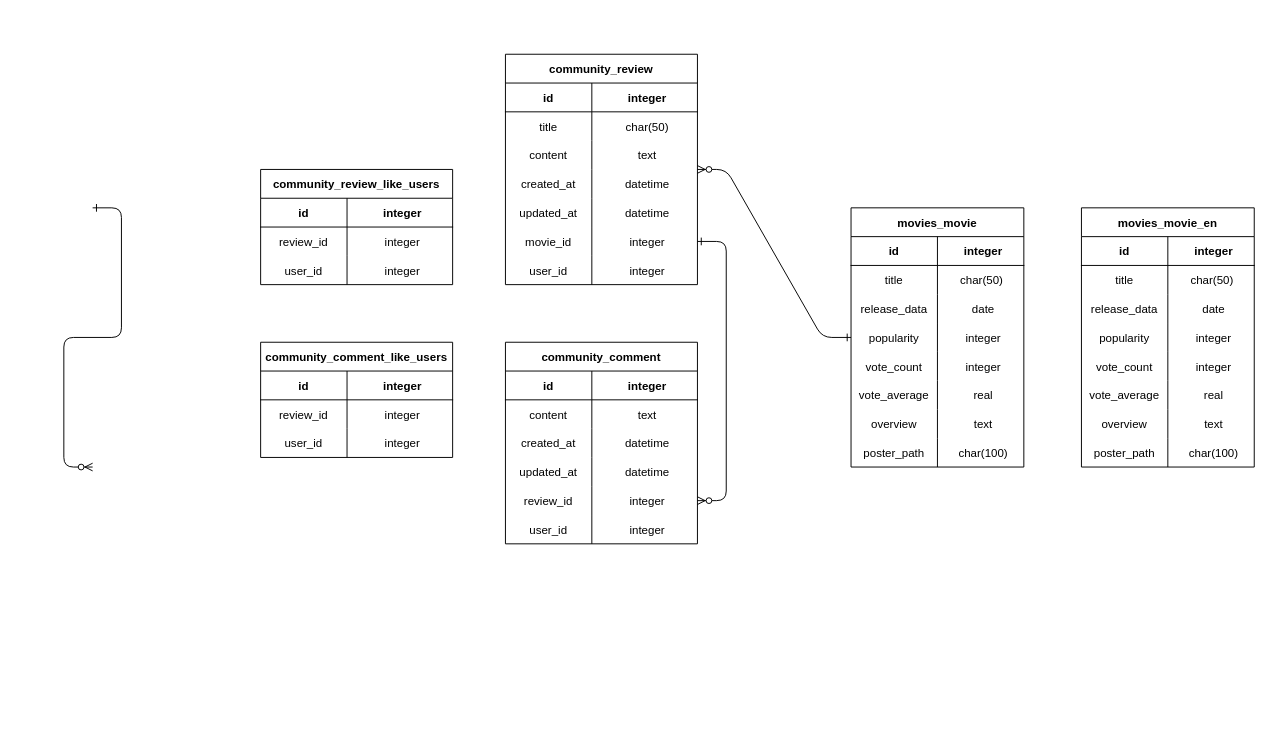
Before: 제목 없는 다이어그램.drawio in gilsanguk/MOJI, a draw.io diagram. Source tidied: cells renumbered, new cells numbered last; positions are measured from the earlier drawing's top-left corner, leaving out a move shared by most shapes. Both pictures are drawn from the tidied source at 96%, with x=0, y=0 at pixel (92, 54).
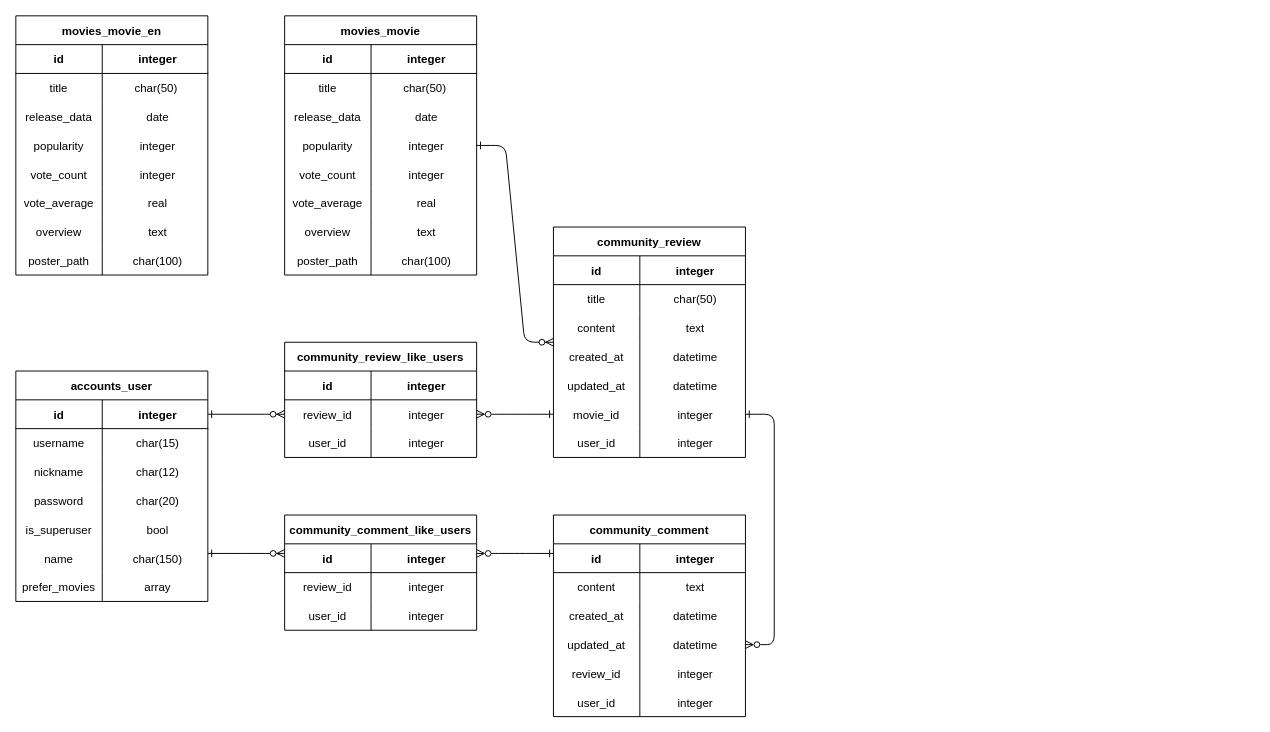
Above is the later version.

Unchanged cells that the change refers to:
```xml
<mxCell id="19" style="shape=partialRectangle;fillColor=none;points=[[0,0.5],[1,0.5]];portConstraint=eastwest;top=0;left=0;right=0;bottom=0;" parent="3" vertex="1">
  <mxGeometry y="180" width="200" height="30" as="geometry" />
</mxCell>
<mxCell id="85" style="shape=partialRectangle;fillColor=none;points=[[0,0.5],[1,0.5]];portConstraint=eastwest;top=0;left=0;right=0;bottom=0;" parent="75" vertex="1">
  <mxGeometry y="120" width="200" height="30" as="geometry" />
</mxCell>
<mxCell id="88" style="shape=partialRectangle;fillColor=none;points=[[0,0.5],[1,0.5]];portConstraint=eastwest;top=0;left=0;right=0;bottom=0;" parent="75" vertex="1">
  <mxGeometry y="150" width="200" height="30" as="geometry" />
</mxCell>
<mxCell id="98" style="shape=partialRectangle;fillColor=none;points=[[0,0.5],[1,0.5]];portConstraint=eastwest;top=0;left=0;right=0;bottom=0;" parent="94" vertex="1">
  <mxGeometry y="60" width="200" height="30" as="geometry" />
</mxCell>
```

Change to the diagram source:
```diff
@@
     <mxCell id="3" value="community_review" style="shape=table;startSize=30;childLayout=tableLayout;rowLines=0;fontStyle=1;align=center;" parent="1" vertex="1">
-      <mxGeometry x="430" width="200" height="240" as="geometry" />
+      <mxGeometry x="480" y="180" width="200" height="240" as="geometry" />
     </mxCell>
@@
     <mxCell id="25" value="movies_movie" style="shape=table;startSize=30;childLayout=tableLayout;rowLines=0;fontStyle=1;align=center;" parent="1" vertex="1">
-      <mxGeometry x="790" y="160" width="180" height="270" as="geometry" />
+      <mxGeometry x="200" y="-40" width="200" height="270" as="geometry" />
     </mxCell>
     <mxCell id="26" style="shape=partialRectangle;fillColor=none;top=0;left=0;right=0;bottom=1;" parent="25" vertex="1">
-      <mxGeometry y="30" width="180" height="30" as="geometry" />
+      <mxGeometry y="30" width="200" height="30" as="geometry" />
     </mxCell>
@@
     <mxCell id="28" value="integer" style="shape=partialRectangle;overflow=hidden;fillColor=none;top=0;left=0;bottom=0;right=0;align=center;spacingLeft=6;fontStyle=1;" parent="26" vertex="1">
-      <mxGeometry x="90" width="90" height="30" as="geometry" />
+      <mxGeometry x="90" width="110" height="30" as="geometry" />
     </mxCell>
     <mxCell id="29" style="shape=partialRectangle;fillColor=none;top=0;left=0;right=0;bottom=0;" parent="25" vertex="1">
-      <mxGeometry y="60" width="180" height="30" as="geometry" />
+      <mxGeometry y="60" width="200" height="30" as="geometry" />
     </mxCell>
@@
     <mxCell id="31" value="char(50) " style="shape=partialRectangle;overflow=hidden;fillColor=none;top=0;left=0;bottom=0;right=0;align=center;spacingLeft=6;fontStyle=0;" parent="29" vertex="1">
-      <mxGeometry x="90" width="90" height="30" as="geometry" />
+      <mxGeometry x="90" width="110" height="30" as="geometry" />
     </mxCell>
     <mxCell id="32" style="shape=partialRectangle;fillColor=none;top=0;left=0;right=0;bottom=0;" parent="25" vertex="1">
-      <mxGeometry y="90" width="180" height="30" as="geometry" />
+      <mxGeometry y="90" width="200" height="30" as="geometry" />
     </mxCell>
@@
     <mxCell id="34" value="date" style="shape=partialRectangle;overflow=hidden;top=0;left=0;bottom=0;right=0;align=center;spacingLeft=6;labelBorderColor=none;verticalAlign=middle;strokeWidth=1;labelBackgroundColor=none;fillColor=none;" parent="32" vertex="1">
-      <mxGeometry x="90" width="90" height="30" as="geometry" />
+      <mxGeometry x="90" width="110" height="30" as="geometry" />
     </mxCell>
     <mxCell id="35" style="shape=partialRectangle;fillColor=none;top=0;left=0;right=0;bottom=0;" parent="25" vertex="1">
-      <mxGeometry y="120" width="180" height="30" as="geometry" />
+      <mxGeometry y="120" width="200" height="30" as="geometry" />
     </mxCell>
@@
     <mxCell id="37" value="integer" style="shape=partialRectangle;overflow=hidden;fillColor=none;top=0;left=0;bottom=0;right=0;align=center;spacingLeft=6;" parent="35" vertex="1">
-      <mxGeometry x="90" width="90" height="30" as="geometry" />
+      <mxGeometry x="90" width="110" height="30" as="geometry" />
     </mxCell>
     <mxCell id="38" style="shape=partialRectangle;fillColor=none;top=0;left=0;right=0;bottom=0;" parent="25" vertex="1">
-      <mxGeometry y="150" width="180" height="30" as="geometry" />
+      <mxGeometry y="150" width="200" height="30" as="geometry" />
     </mxCell>
@@
     <mxCell id="40" value="integer" style="shape=partialRectangle;overflow=hidden;fillColor=none;top=0;left=0;bottom=0;right=0;align=center;spacingLeft=6;" parent="38" vertex="1">
-      <mxGeometry x="90" width="90" height="30" as="geometry" />
+      <mxGeometry x="90" width="110" height="30" as="geometry" />
     </mxCell>
     <mxCell id="41" style="shape=partialRectangle;fillColor=none;top=0;left=0;right=0;bottom=0;" parent="25" vertex="1">
-      <mxGeometry y="180" width="180" height="30" as="geometry" />
+      <mxGeometry y="180" width="200" height="30" as="geometry" />
     </mxCell>
@@
     <mxCell id="43" value="real" style="shape=partialRectangle;overflow=hidden;fillColor=none;top=0;left=0;bottom=0;right=0;align=center;spacingLeft=6;" parent="41" vertex="1">
-      <mxGeometry x="90" width="90" height="30" as="geometry" />
+      <mxGeometry x="90" width="110" height="30" as="geometry" />
     </mxCell>
     <mxCell id="44" style="shape=partialRectangle;fillColor=none;top=0;left=0;right=0;bottom=0;" parent="25" vertex="1">
-      <mxGeometry y="210" width="180" height="30" as="geometry" />
+      <mxGeometry y="210" width="200" height="30" as="geometry" />
     </mxCell>
@@
     <mxCell id="46" value="text" style="shape=partialRectangle;overflow=hidden;fillColor=none;top=0;left=0;bottom=0;right=0;align=center;spacingLeft=6;" parent="44" vertex="1">
-      <mxGeometry x="90" width="90" height="30" as="geometry" />
+      <mxGeometry x="90" width="110" height="30" as="geometry" />
     </mxCell>
     <mxCell id="47" style="shape=partialRectangle;fillColor=none;top=0;left=0;right=0;bottom=0;" parent="25" vertex="1">
-      <mxGeometry y="240" width="180" height="30" as="geometry" />
+      <mxGeometry y="240" width="200" height="30" as="geometry" />
     </mxCell>
@@
     <mxCell id="49" value="char(100)" style="shape=partialRectangle;overflow=hidden;fillColor=none;top=0;left=0;bottom=0;right=0;align=center;spacingLeft=6;" parent="47" vertex="1">
-      <mxGeometry x="90" width="90" height="30" as="geometry" />
+      <mxGeometry x="90" width="110" height="30" as="geometry" />
     </mxCell>
     <mxCell id="50" value="movies_movie_en" style="shape=table;startSize=30;childLayout=tableLayout;rowLines=0;fontStyle=1;align=center;" parent="1" vertex="1">
-      <mxGeometry x="1030" y="160" width="180" height="270" as="geometry" />
+      <mxGeometry x="-80" y="-40" width="200" height="270" as="geometry" />
     </mxCell>
     <mxCell id="51" style="shape=partialRectangle;fillColor=none;top=0;left=0;right=0;bottom=1;" parent="50" vertex="1">
-      <mxGeometry y="30" width="180" height="30" as="geometry" />
+      <mxGeometry y="30" width="200" height="30" as="geometry" />
     </mxCell>
@@
     <mxCell id="53" value="integer" style="shape=partialRectangle;overflow=hidden;fillColor=none;top=0;left=0;bottom=0;right=0;align=center;spacingLeft=6;fontStyle=1;" parent="51" vertex="1">
-      <mxGeometry x="90" width="90" height="30" as="geometry" />
+      <mxGeometry x="90" width="110" height="30" as="geometry" />
     </mxCell>
     <mxCell id="54" style="shape=partialRectangle;fillColor=none;top=0;left=0;right=0;bottom=0;" parent="50" vertex="1">
-      <mxGeometry y="60" width="180" height="30" as="geometry" />
+      <mxGeometry y="60" width="200" height="30" as="geometry" />
     </mxCell>
@@
     <mxCell id="56" value="char(50) " style="shape=partialRectangle;overflow=hidden;fillColor=none;top=0;left=0;bottom=0;right=0;align=center;spacingLeft=6;fontStyle=0;" parent="54" vertex="1">
-      <mxGeometry x="90" width="90" height="30" as="geometry" />
+      <mxGeometry x="90" width="110" height="30" as="geometry" />
     </mxCell>
     <mxCell id="57" style="shape=partialRectangle;fillColor=none;top=0;left=0;right=0;bottom=0;" parent="50" vertex="1">
-      <mxGeometry y="90" width="180" height="30" as="geometry" />
+      <mxGeometry y="90" width="200" height="30" as="geometry" />
     </mxCell>
@@
     <mxCell id="59" value="date" style="shape=partialRectangle;overflow=hidden;top=0;left=0;bottom=0;right=0;align=center;spacingLeft=6;labelBorderColor=none;verticalAlign=middle;strokeWidth=1;labelBackgroundColor=none;fillColor=none;" parent="57" vertex="1">
-      <mxGeometry x="90" width="90" height="30" as="geometry" />
+      <mxGeometry x="90" width="110" height="30" as="geometry" />
     </mxCell>
     <mxCell id="60" style="shape=partialRectangle;fillColor=none;top=0;left=0;right=0;bottom=0;" parent="50" vertex="1">
-      <mxGeometry y="120" width="180" height="30" as="geometry" />
+      <mxGeometry y="120" width="200" height="30" as="geometry" />
     </mxCell>
@@
     <mxCell id="62" value="integer" style="shape=partialRectangle;overflow=hidden;fillColor=none;top=0;left=0;bottom=0;right=0;align=center;spacingLeft=6;" parent="60" vertex="1">
-      <mxGeometry x="90" width="90" height="30" as="geometry" />
+      <mxGeometry x="90" width="110" height="30" as="geometry" />
     </mxCell>
     <mxCell id="63" style="shape=partialRectangle;fillColor=none;top=0;left=0;right=0;bottom=0;" parent="50" vertex="1">
-      <mxGeometry y="150" width="180" height="30" as="geometry" />
+      <mxGeometry y="150" width="200" height="30" as="geometry" />
     </mxCell>
@@
     <mxCell id="65" value="integer" style="shape=partialRectangle;overflow=hidden;fillColor=none;top=0;left=0;bottom=0;right=0;align=center;spacingLeft=6;" parent="63" vertex="1">
-      <mxGeometry x="90" width="90" height="30" as="geometry" />
+      <mxGeometry x="90" width="110" height="30" as="geometry" />
     </mxCell>
     <mxCell id="66" style="shape=partialRectangle;fillColor=none;top=0;left=0;right=0;bottom=0;" parent="50" vertex="1">
-      <mxGeometry y="180" width="180" height="30" as="geometry" />
+      <mxGeometry y="180" width="200" height="30" as="geometry" />
     </mxCell>
@@
     <mxCell id="68" value="real" style="shape=partialRectangle;overflow=hidden;fillColor=none;top=0;left=0;bottom=0;right=0;align=center;spacingLeft=6;" parent="66" vertex="1">
-      <mxGeometry x="90" width="90" height="30" as="geometry" />
+      <mxGeometry x="90" width="110" height="30" as="geometry" />
     </mxCell>
     <mxCell id="69" style="shape=partialRectangle;fillColor=none;top=0;left=0;right=0;bottom=0;" parent="50" vertex="1">
-      <mxGeometry y="210" width="180" height="30" as="geometry" />
+      <mxGeometry y="210" width="200" height="30" as="geometry" />
     </mxCell>
@@
     <mxCell id="71" value="text" style="shape=partialRectangle;overflow=hidden;fillColor=none;top=0;left=0;bottom=0;right=0;align=center;spacingLeft=6;" parent="69" vertex="1">
-      <mxGeometry x="90" width="90" height="30" as="geometry" />
+      <mxGeometry x="90" width="110" height="30" as="geometry" />
     </mxCell>
     <mxCell id="72" style="shape=partialRectangle;fillColor=none;top=0;left=0;right=0;bottom=0;" parent="50" vertex="1">
-      <mxGeometry y="240" width="180" height="30" as="geometry" />
+      <mxGeometry y="240" width="200" height="30" as="geometry" />
     </mxCell>
@@
     <mxCell id="74" value="char(100)" style="shape=partialRectangle;overflow=hidden;fillColor=none;top=0;left=0;bottom=0;right=0;align=center;spacingLeft=6;" parent="72" vertex="1">
-      <mxGeometry x="90" width="90" height="30" as="geometry" />
+      <mxGeometry x="90" width="110" height="30" as="geometry" />
     </mxCell>
     <mxCell id="75" value="community_comment" style="shape=table;startSize=30;childLayout=tableLayout;rowLines=0;fontStyle=1;align=center;" parent="1" vertex="1">
-      <mxGeometry x="430" y="300" width="200" height="210" as="geometry" />
+      <mxGeometry x="480" y="480" width="200" height="210" as="geometry" />
     </mxCell>
@@
     <mxCell id="94" value="community_review_like_users" style="shape=table;startSize=30;childLayout=tableLayout;rowLines=0;fontStyle=1;align=center;" parent="1" vertex="1">
-      <mxGeometry x="175" y="120" width="200" height="120" as="geometry" />
+      <mxGeometry x="200" y="300" width="200" height="120" as="geometry" />
     </mxCell>
@@
-    <mxCell id="104" style="edgeStyle=entityRelationEdgeStyle;endArrow=ERzeroToMany;startArrow=ERone;endFill=1;startFill=0;entryX=1;entryY=0.5;entryDx=0;entryDy=0;" parent="1" edge="1" source="19" target="88">
-      <mxGeometry relative="1" as="geometry" />
-    </mxCell>
     <mxCell id="105" value="community_comment_like_users" style="shape=table;startSize=30;childLayout=tableLayout;rowLines=0;fontStyle=1;align=center;" parent="1" vertex="1">
-      <mxGeometry x="175" y="300" width="200" height="120" as="geometry" />
+      <mxGeometry x="200" y="480" width="200" height="120" as="geometry" />
     </mxCell>
@@
-    <mxCell id="115" style="edgeStyle=entityRelationEdgeStyle;endArrow=ERzeroToMany;startArrow=ERone;endFill=1;startFill=0;entryX=1;entryY=0.5;entryDx=0;entryDy=0;" parent="1" edge="1">
-      <mxGeometry relative="1" as="geometry">
-        <mxPoint y="160" as="sourcePoint" />
-        <mxPoint y="430" as="targetPoint" />
-      </mxGeometry>
-    </mxCell>
+    <mxCell id="104" style="edgeStyle=entityRelationEdgeStyle;endArrow=ERone;startArrow=ERzeroToMany;endFill=0;startFill=0;" parent="1" edge="1" source="85" target="19">
+      <mxGeometry relative="1" as="geometry" />
+    </mxCell>
+    <mxCell id="116" style="edgeStyle=entityRelationEdgeStyle;fontSize=12;html=1;endArrow=ERone;endFill=0;rounded=1;fontFamily=Helvetica;fontColor=default;startArrow=ERzeroToMany;startFill=0;" parent="1" edge="1" source="98" target="19">
+      <mxGeometry relative="1" as="geometry" />
+    </mxCell>
+    <mxCell id="117" style="edgeStyle=entityRelationEdgeStyle;fontSize=12;html=1;endArrow=ERone;endFill=0;rounded=1;fontFamily=Helvetica;fontColor=default;startArrow=ERzeroToMany;startFill=0;" parent="1" edge="1">
+      <mxGeometry relative="1" as="geometry">
+        <mxPoint x="400" y="520" as="sourcePoint" />
+        <mxPoint x="480" y="520" as="targetPoint" />
+      </mxGeometry>
+    </mxCell>
+    <mxCell id="118" value="accounts_user" style="shape=table;startSize=30;childLayout=tableLayout;rowLines=0;fontStyle=1;align=center;" parent="1" vertex="1">
+      <mxGeometry x="-80" y="330" width="200" height="240" as="geometry" />
+    </mxCell>
+    <mxCell id="119" style="shape=partialRectangle;fillColor=none;points=[[0,0.5],[1,0.5]];portConstraint=eastwest;top=0;left=0;right=0;bottom=1;" parent="118" vertex="1">
+      <mxGeometry y="30" width="200" height="30" as="geometry" />
+    </mxCell>
+    <mxCell id="120" value="id" style="shape=partialRectangle;overflow=hidden;fillColor=none;top=0;left=0;bottom=0;right=0;fontStyle=1;" parent="119" vertex="1">
+      <mxGeometry width="90" height="30" as="geometry" />
+    </mxCell>
+    <mxCell id="121" value="integer" style="shape=partialRectangle;overflow=hidden;fillColor=none;top=0;left=0;bottom=0;right=0;align=center;spacingLeft=6;fontStyle=1;" parent="119" vertex="1">
+      <mxGeometry x="90" width="110" height="30" as="geometry" />
+    </mxCell>
+    <mxCell id="122" style="shape=partialRectangle;fillColor=none;top=0;left=0;right=0;bottom=0;" parent="118" vertex="1">
+      <mxGeometry y="60" width="200" height="30" as="geometry" />
+    </mxCell>
+    <mxCell id="123" value="username" style="shape=partialRectangle;overflow=hidden;fillColor=none;top=0;left=0;bottom=0;right=0;" parent="122" vertex="1">
+      <mxGeometry width="90" height="30" as="geometry" />
+    </mxCell>
+    <mxCell id="124" value="char(15)" style="shape=partialRectangle;overflow=hidden;fillColor=none;top=0;left=0;bottom=0;right=0;align=center;spacingLeft=6;" parent="122" vertex="1">
+      <mxGeometry x="90" width="110" height="30" as="geometry" />
+    </mxCell>
+    <mxCell id="125" style="shape=partialRectangle;fillColor=none;top=0;left=0;right=0;bottom=0;" parent="118" vertex="1">
+      <mxGeometry y="90" width="200" height="30" as="geometry" />
+    </mxCell>
+    <mxCell id="126" value="nickname" style="shape=partialRectangle;overflow=hidden;fillColor=none;top=0;left=0;bottom=0;right=0;" parent="125" vertex="1">
+      <mxGeometry width="90" height="30" as="geometry" />
+    </mxCell>
+    <mxCell id="127" value="char(12)" style="shape=partialRectangle;overflow=hidden;fillColor=none;top=0;left=0;bottom=0;right=0;align=center;spacingLeft=6;" parent="125" vertex="1">
+      <mxGeometry x="90" width="110" height="30" as="geometry" />
+    </mxCell>
+    <mxCell id="128" style="shape=partialRectangle;fillColor=none;top=0;left=0;right=0;bottom=0;" parent="118" vertex="1">
+      <mxGeometry y="120" width="200" height="30" as="geometry" />
+    </mxCell>
+    <mxCell id="129" value="password" style="shape=partialRectangle;overflow=hidden;fillColor=none;top=0;left=0;bottom=0;right=0;" parent="128" vertex="1">
+      <mxGeometry width="90" height="30" as="geometry" />
+    </mxCell>
+    <mxCell id="130" value="char(20)" style="shape=partialRectangle;overflow=hidden;fillColor=none;top=0;left=0;bottom=0;right=0;align=center;spacingLeft=6;" parent="128" vertex="1">
+      <mxGeometry x="90" width="110" height="30" as="geometry" />
+    </mxCell>
+    <mxCell id="131" style="shape=partialRectangle;fillColor=none;top=0;left=0;right=0;bottom=0;" parent="118" vertex="1">
+      <mxGeometry y="150" width="200" height="30" as="geometry" />
+    </mxCell>
+    <mxCell id="132" value="is_superuser" style="shape=partialRectangle;overflow=hidden;fillColor=none;top=0;left=0;bottom=0;right=0;" parent="131" vertex="1">
+      <mxGeometry width="90" height="30" as="geometry" />
+    </mxCell>
+    <mxCell id="133" value="bool" style="shape=partialRectangle;overflow=hidden;fillColor=none;top=0;left=0;bottom=0;right=0;align=center;spacingLeft=6;" parent="131" vertex="1">
+      <mxGeometry x="90" width="110" height="30" as="geometry" />
+    </mxCell>
+    <mxCell id="134" style="shape=partialRectangle;fillColor=none;top=0;left=0;right=0;bottom=0;" parent="118" vertex="1">
+      <mxGeometry y="180" width="200" height="30" as="geometry" />
+    </mxCell>
+    <mxCell id="135" value="name" style="shape=partialRectangle;overflow=hidden;fillColor=none;top=0;left=0;bottom=0;right=0;" parent="134" vertex="1">
+      <mxGeometry width="90" height="30" as="geometry" />
+    </mxCell>
+    <mxCell id="136" value="char(150)" style="shape=partialRectangle;overflow=hidden;fillColor=none;top=0;left=0;bottom=0;right=0;align=center;spacingLeft=6;" parent="134" vertex="1">
+      <mxGeometry x="90" width="110" height="30" as="geometry" />
+    </mxCell>
+    <mxCell id="137" style="shape=partialRectangle;fillColor=none;top=0;left=0;right=0;bottom=0;" parent="118" vertex="1">
+      <mxGeometry y="210" width="200" height="30" as="geometry" />
+    </mxCell>
+    <mxCell id="138" value="prefer_movies" style="shape=partialRectangle;overflow=hidden;fillColor=none;top=0;left=0;bottom=0;right=0;" parent="137" vertex="1">
+      <mxGeometry width="90" height="30" as="geometry" />
+    </mxCell>
+    <mxCell id="139" value="array" style="shape=partialRectangle;overflow=hidden;fillColor=none;top=0;left=0;bottom=0;right=0;align=center;spacingLeft=6;fontColor=#000000;" parent="137" vertex="1">
+      <mxGeometry x="90" width="110" height="30" as="geometry" />
+    </mxCell>
+    <mxCell id="140" style="edgeStyle=entityRelationEdgeStyle;fontSize=12;html=1;endArrow=ERzeroToMany;endFill=1;startArrow=ERone;rounded=1;fontFamily=Helvetica;fontColor=default;startFill=0;" parent="1" edge="1" source="119" target="98">
+      <mxGeometry relative="1" as="geometry" />
+    </mxCell>
+    <mxCell id="141" style="edgeStyle=entityRelationEdgeStyle;fontSize=12;html=1;endArrow=ERzeroToMany;endFill=1;startArrow=ERone;rounded=1;fontFamily=Helvetica;fontColor=default;startFill=0;exitX=1;exitY=0.5;exitDx=0;exitDy=0;" parent="1" edge="1">
+      <mxGeometry relative="1" as="geometry">
+        <mxPoint x="120" y="520" as="sourcePoint" />
+        <mxPoint x="200" y="520" as="targetPoint" />
+      </mxGeometry>
+    </mxCell>
```
